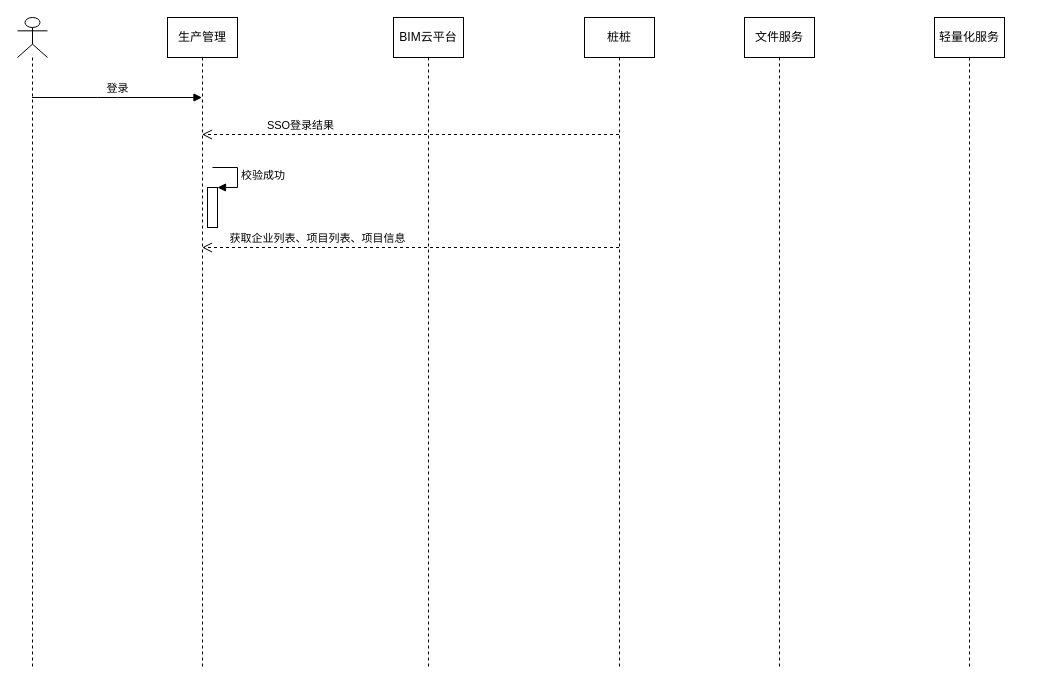
The draw.io diagram BIM云.drawio in fmx0717/uml, before the edit. Source tidied: cells renumbered, new cells numbered last; positions are measured from the earlier drawing's top-left corner, leaving out a move shared by most shapes. Both pictures are drawn from the tidied source at 100%, with x=0, y=0 at pixel (17, 17).
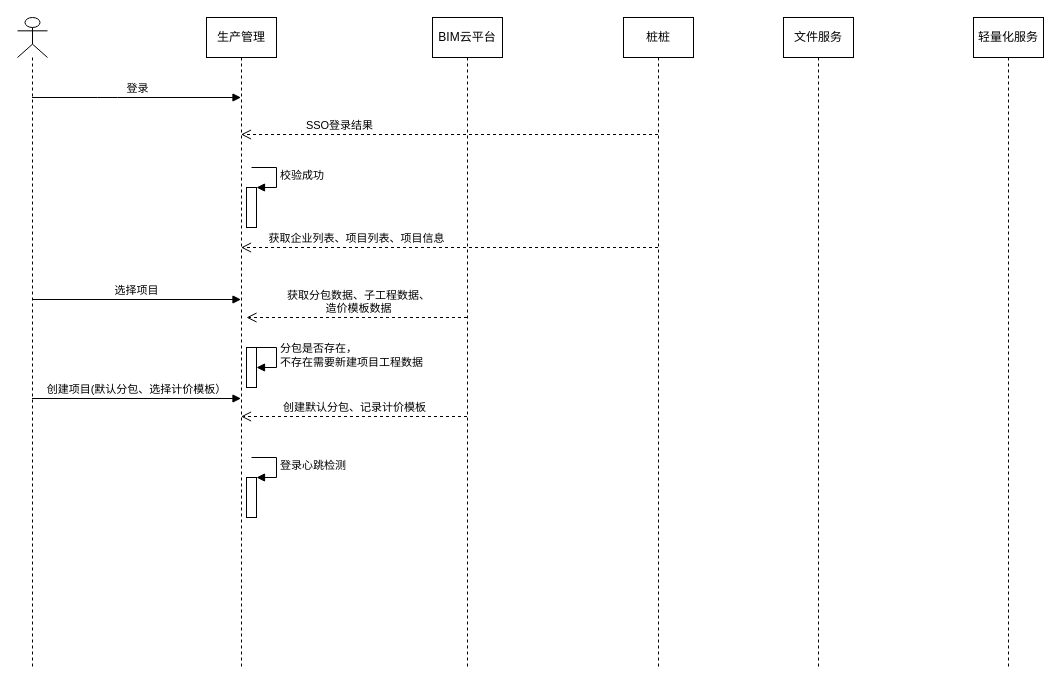
The same page after the edit.

Unchanged cells that the change refers to:
```xml
<mxCell id="2" style="group;" parent="1" vertex="1">
  <mxGeometry width="972" height="650" as="geometry" />
</mxCell>
```

Change to the diagram source:
```diff
@@
     <mxCell id="4" value="生产管理" style="shape=umlLifeline;perimeter=lifelinePerimeter;whiteSpace=wrap;html=1;outlineConnect=0;" parent="2" vertex="1">
-      <mxGeometry x="150" width="70" height="650" as="geometry" />
+      <mxGeometry x="189" width="70" height="650" as="geometry" />
     </mxCell>
@@
+    <mxCell id="14" style="html=1;perimeter=orthogonalPerimeter;" parent="4" vertex="1">
+      <mxGeometry x="40" y="330" width="10" height="40" as="geometry" />
+    </mxCell>
+    <mxCell id="15" value="分包是否存在，&lt;br&gt;不存在需要新建项目工程数据" style="edgeStyle=orthogonalEdgeStyle;html=1;align=left;spacingLeft=2;endArrow=block;rounded=0;entryX=1;entryY=0;" parent="4" edge="1">
+      <mxGeometry relative="1" as="geometry">
+        <mxPoint x="45" y="330" as="sourcePoint" />
+        <mxPoint x="50" y="350" as="targetPoint" />
+        <Array as="points">
+          <mxPoint x="70" y="330" />
+        </Array>
+      </mxGeometry>
+    </mxCell>
+    <mxCell id="16" value="获取分包数据、子工程数据、&lt;br&gt;造价模板数据" style="html=1;verticalAlign=bottom;endArrow=open;dashed=1;endSize=8;" parent="4" edge="1" source="7">
+      <mxGeometry relative="1" as="geometry">
+        <mxPoint x="40" y="300" as="targetPoint" />
+        <mxPoint x="1" as="offset" />
+      </mxGeometry>
+    </mxCell>
+    <mxCell id="17" style="html=1;points=[];perimeter=orthogonalPerimeter;" parent="4" vertex="1">
+      <mxGeometry x="40" y="460" width="10" height="40" as="geometry" />
+    </mxCell>
+    <mxCell id="18" value="登录心跳检测" style="edgeStyle=orthogonalEdgeStyle;html=1;align=left;spacingLeft=2;endArrow=block;rounded=0;entryX=1;entryY=0;" parent="4" edge="1" target="17">
+      <mxGeometry relative="1" as="geometry">
+        <mxPoint x="45" y="440" as="sourcePoint" />
+        <Array as="points">
+          <mxPoint x="70" y="440" />
+        </Array>
+      </mxGeometry>
+    </mxCell>
     <mxCell id="7" value="BIM云平台" style="shape=umlLifeline;perimeter=lifelinePerimeter;whiteSpace=wrap;html=1;outlineConnect=0;" parent="2" vertex="1">
-      <mxGeometry x="376" width="70" height="650" as="geometry" />
+      <mxGeometry x="415" width="70" height="650" as="geometry" />
     </mxCell>
     <mxCell id="8" value="桩桩" style="shape=umlLifeline;perimeter=lifelinePerimeter;whiteSpace=wrap;html=1;outlineConnect=0;" parent="2" vertex="1">
-      <mxGeometry x="567" width="70" height="650" as="geometry" />
+      <mxGeometry x="606" width="70" height="650" as="geometry" />
     </mxCell>
     <mxCell id="9" value="文件服务" style="shape=umlLifeline;perimeter=lifelinePerimeter;whiteSpace=wrap;html=1;" parent="2" vertex="1">
-      <mxGeometry x="727" width="70" height="650" as="geometry" />
+      <mxGeometry x="766" width="70" height="650" as="geometry" />
     </mxCell>
     <mxCell id="10" value="轻量化服务" style="shape=umlLifeline;perimeter=lifelinePerimeter;whiteSpace=wrap;html=1;" parent="2" vertex="1">
-      <mxGeometry x="917" width="70" height="650" as="geometry" />
+      <mxGeometry x="956" width="70" height="650" as="geometry" />
     </mxCell>
@@
     <mxCell id="12" value="SSO登录结果" style="html=1;verticalAlign=bottom;endArrow=open;dashed=1;endSize=8;" parent="2" edge="1" source="8">
       <mxGeometry x="0.53" relative="1" as="geometry">
-        <mxPoint x="184.5" y="117" as="targetPoint" />
+        <mxPoint x="223.5" y="117" as="targetPoint" />
       </mxGeometry>
     </mxCell>
     <mxCell id="13" value="获取企业列表、项目列表、项目信息" style="html=1;verticalAlign=bottom;endArrow=open;dashed=1;endSize=8;" parent="2" edge="1" source="8">
       <mxGeometry x="0.45" relative="1" as="geometry">
-        <mxPoint x="184.5" y="230" as="targetPoint" />
+        <mxPoint x="223.5" y="230" as="targetPoint" />
       </mxGeometry>
     </mxCell>
+    <mxCell id="19" value="选择项目" style="html=1;verticalAlign=bottom;endArrow=block;" parent="2" edge="1" target="4">
+      <mxGeometry relative="1" as="geometry">
+        <mxPoint x="14.5" y="282" as="sourcePoint" />
+      </mxGeometry>
+    </mxCell>
+    <mxCell id="20" value="创建默认分包、记录计价模板" style="html=1;verticalAlign=bottom;endArrow=open;dashed=1;endSize=8;" parent="2" edge="1">
+      <mxGeometry relative="1" as="geometry">
+        <mxPoint x="449.5" y="399" as="sourcePoint" />
+        <mxPoint x="223.5" y="399" as="targetPoint" />
+      </mxGeometry>
+    </mxCell>
+    <mxCell id="21" value="创建项目(默认分包、选择计价模板）" style="html=1;verticalAlign=bottom;endArrow=block;" parent="2" edge="1" target="4">
+      <mxGeometry relative="1" as="geometry">
+        <mxPoint x="14.5" y="381" as="sourcePoint" />
+      </mxGeometry>
+    </mxCell>
```
